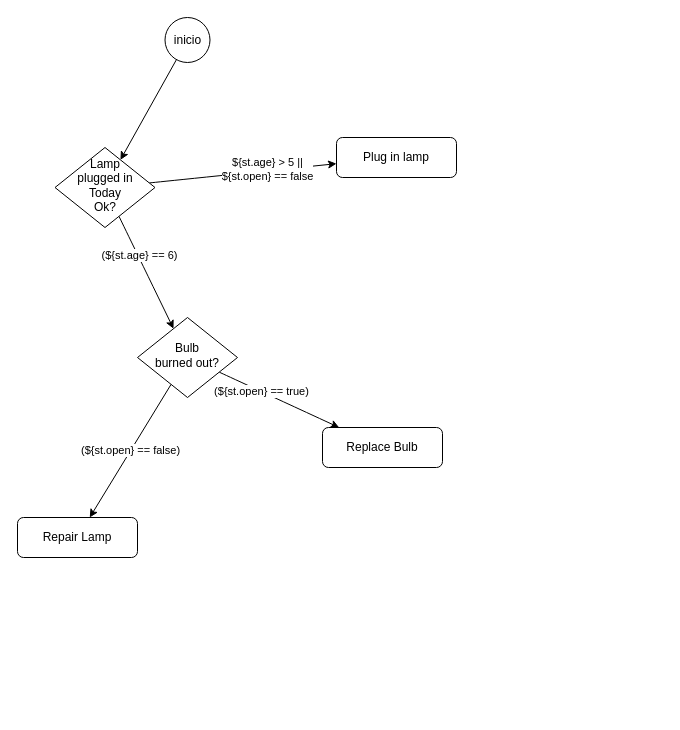
Above: data/ue/scenes/barla20-cooperante.drawio in ejfdelgado/ejflab (draw.io), before the change. Source tidied: cells renumbered, new cells numbered last; positions are measured from the earlier drawing's top-left corner, leaving out a move shared by most shapes. Both pictures are drawn from the tidied source at 100%, with x=0, y=0 at pixel (17, 17).
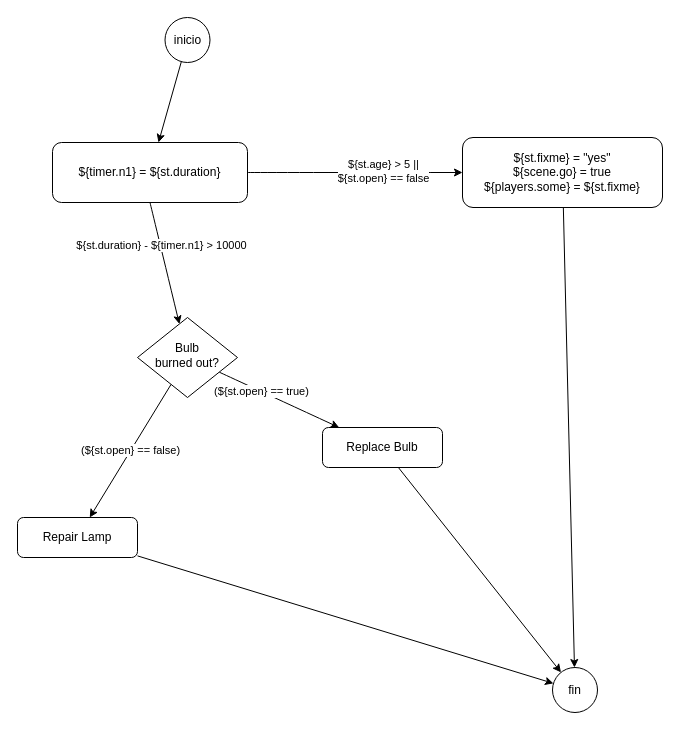
Above is the later version.

The change refers to these unchanged cells:
```xml
<mxCell id="11" value="Bulb&lt;br&gt;burned out?" style="rhombus;whiteSpace=wrap;html=1;shadow=0;fontFamily=Helvetica;fontSize=12;align=center;strokeWidth=1;spacing=6;spacingTop=-4;" parent="1" vertex="1">
  <mxGeometry x="120" y="300" width="100" height="80" as="geometry" />
</mxCell>
<mxCell id="12" value="Repair Lamp" style="rounded=1;whiteSpace=wrap;html=1;fontSize=12;glass=0;strokeWidth=1;shadow=0;" parent="1" vertex="1">
  <mxGeometry y="500" width="120" height="40" as="geometry" />
</mxCell>
<mxCell id="13" value="Replace Bulb" style="rounded=1;whiteSpace=wrap;html=1;fontSize=12;glass=0;strokeWidth=1;shadow=0;" parent="1" vertex="1">
  <mxGeometry x="305" y="410" width="120" height="40" as="geometry" />
</mxCell>
<mxCell id="15" value="inicio" style="ellipse;whiteSpace=wrap;html=1;" parent="1" vertex="1">
  <mxGeometry x="147.5" width="45" height="45" as="geometry" />
</mxCell>
```

Diff of the diagram source:
```diff
@@
-    <mxCell id="2" style="edgeStyle=none;curved=1;html=1;strokeColor=default;" parent="1" edge="1" source="6" target="7">
+    <mxCell id="2" style="edgeStyle=none;curved=1;html=1;strokeColor=default;exitX=1;exitY=0.5;exitDx=0;exitDy=0;" parent="1" edge="1" source="19" target="7">
       <mxGeometry relative="1" as="geometry" />
     </mxCell>
@@
-    <mxCell id="4" style="edgeStyle=none;curved=1;html=1;strokeColor=default;" parent="1" edge="1" source="6" target="11">
+    <mxCell id="4" style="edgeStyle=none;curved=1;html=1;strokeColor=default;exitX=0.5;exitY=1;exitDx=0;exitDy=0;" parent="1" edge="1" source="19" target="11">
       <mxGeometry relative="1" as="geometry" />
     </mxCell>
-    <mxCell id="5" value="(${st.age} == 6)" style="edgeLabel;html=1;align=center;verticalAlign=middle;" parent="4" vertex="1">
+    <mxCell id="5" value="${st.duration} - ${timer.n1} &amp;gt; 10000" style="edgeLabel;html=1;align=center;verticalAlign=middle;" parent="4" vertex="1">
       <mxGeometry x="-0.3" y="1" relative="1" as="geometry" />
     </mxCell>
-    <mxCell id="6" value="Lamp&lt;br&gt;plugged in&lt;br&gt;Today&lt;br&gt;Ok?" style="rhombus;whiteSpace=wrap;html=1;shadow=0;fontFamily=Helvetica;fontSize=12;align=center;strokeWidth=1;spacing=6;spacingTop=-4;" parent="1" vertex="1">
-      <mxGeometry x="37.5" y="130" width="100" height="80" as="geometry" />
-    </mxCell>
+    <mxCell id="16" style="edgeStyle=none;html=1;" parent="1" edge="1" source="7" target="20">
+      <mxGeometry relative="1" as="geometry" />
+    </mxCell>
-    <mxCell id="7" value="Plug in lamp" style="rounded=1;whiteSpace=wrap;html=1;fontSize=12;glass=0;strokeWidth=1;shadow=0;" parent="1" vertex="1">
-      <mxGeometry x="319" y="120" width="120" height="40" as="geometry" />
+    <mxCell id="7" value="${st.fixme} = &quot;yes&quot;&lt;br&gt;${scene.go} = true&lt;br&gt;${players.some} = ${st.fixme}" style="rounded=1;whiteSpace=wrap;html=1;fontSize=12;glass=0;strokeWidth=1;shadow=0;" parent="1" vertex="1">
+      <mxGeometry x="445" y="120" width="200" height="70" as="geometry" />
     </mxCell>
@@
+    <mxCell id="17" style="edgeStyle=none;html=1;" parent="1" edge="1" source="12" target="20">
+      <mxGeometry relative="1" as="geometry" />
+    </mxCell>
@@
+    <mxCell id="18" style="edgeStyle=none;html=1;" parent="1" edge="1" source="13" target="20">
+      <mxGeometry relative="1" as="geometry" />
+    </mxCell>
@@
-    <mxCell id="14" style="edgeStyle=none;html=1;" parent="1" edge="1" source="15" target="6">
+    <mxCell id="14" style="edgeStyle=none;html=1;" parent="1" edge="1" source="15" target="19">
       <mxGeometry relative="1" as="geometry" />
     </mxCell>
@@
+    <mxCell id="19" value="${timer.n1} = ${st.duration}" style="rounded=1;whiteSpace=wrap;html=1;" parent="1" vertex="1">
+      <mxGeometry x="35" y="125" width="195" height="60" as="geometry" />
+    </mxCell>
+    <mxCell id="20" value="fin" style="ellipse;whiteSpace=wrap;html=1;" parent="1" vertex="1">
+      <mxGeometry x="535" y="650" width="45" height="45" as="geometry" />
+    </mxCell>
```
